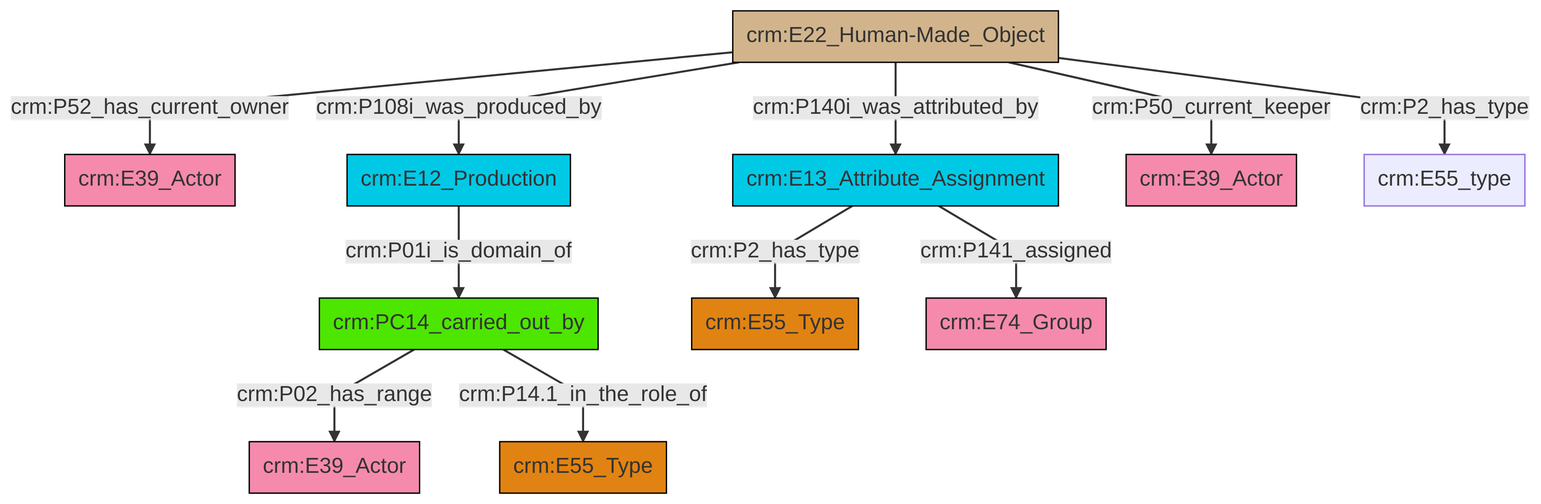
swiss-art-research-net/docs.swissartresearch keeps this Mermaid diagram as et/artworkCSV/ttl/mmd/png/Artwork_Actor_Relations.png. Above is the earlier version. Its source is kept beside it as et/artworkCSV/ttl/mmd/Artwork_Actor_Relations.ttl.mmd.
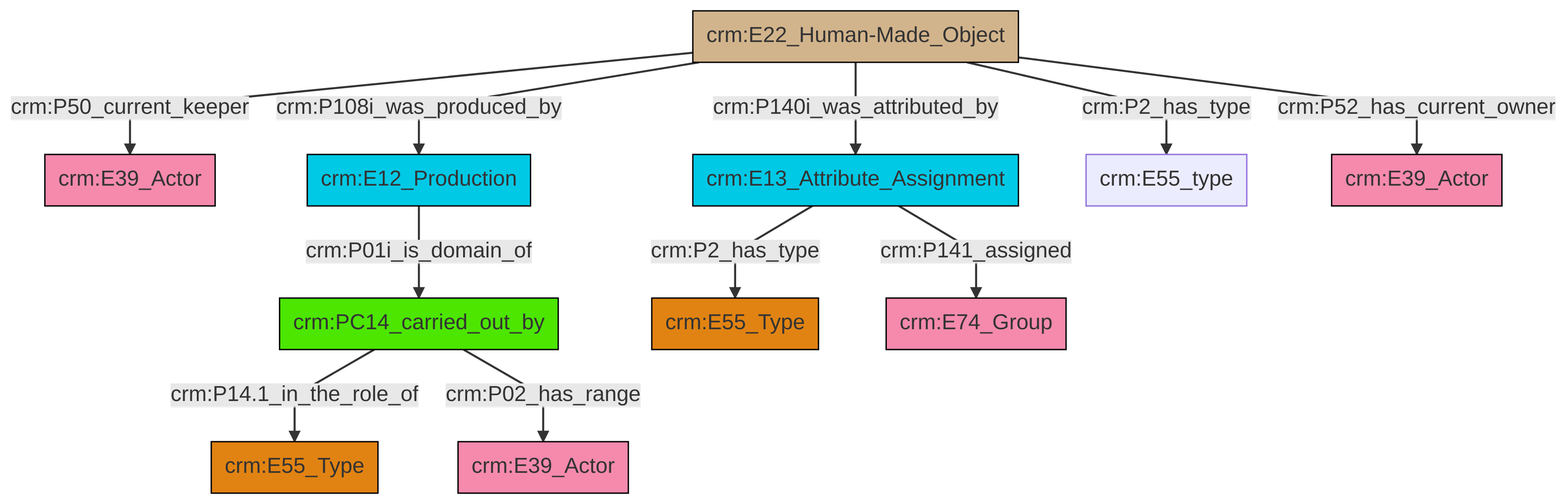
The same diagram one commit later.

Diff of the diagram source:
```diff
@@ -13,13 +13,13 @@
 classDef PC_Classes fill:#4ce600, stroke:#000000;
 classDef Multi fill:#cccccc,stroke:#000000;
 
-0["crm:E22_Human-Made_Object"]:::Physical_Thing -->|crm:P52_has_current_owner| 1["crm:E39_Actor"]:::Actor
-4["crm:E12_Production"]:::Temporal_Entity -->|crm:P01i_is_domain_of| 5["crm:PC14_carried_out_by"]:::PC_Classes
-6["crm:E13_Attribute_Assignment"]:::Temporal_Entity -->|crm:P2_has_type| 7["crm:E55_Type"]:::Type
-6["crm:E13_Attribute_Assignment"]:::Temporal_Entity -->|crm:P141_assigned| 8["crm:E74_Group"]:::Actor
-5["crm:PC14_carried_out_by"]:::PC_Classes -->|crm:P02_has_range| 10["crm:E39_Actor"]:::Actor
-0["crm:E22_Human-Made_Object"]:::Physical_Thing -->|crm:P108i_was_produced_by| 4["crm:E12_Production"]:::Temporal_Entity
-0["crm:E22_Human-Made_Object"]:::Physical_Thing -->|crm:P50_current_keeper| 14["crm:E39_Actor"]:::Actor
-0["crm:E22_Human-Made_Object"]:::Physical_Thing -->|crm:P140i_was_attributed_by| 6["crm:E13_Attribute_Assignment"]:::Temporal_Entity
-5["crm:PC14_carried_out_by"]:::PC_Classes -->|crm:P14.1_in_the_role_of| 2["crm:E55_Type"]:::Type
-0["crm:E22_Human-Made_Object"]:::Physical_Thing -->|crm:P2_has_type| 21["crm:E55_type"]:::Default
+4["crm:E22_Human-Made_Object"]:::Physical_Thing -->|crm:P50_current_keeper| 0["crm:E39_Actor"]:::Actor
+5["crm:E12_Production"]:::Temporal_Entity -->|crm:P01i_is_domain_of| 7["crm:PC14_carried_out_by"]:::PC_Classes
+2["crm:E13_Attribute_Assignment"]:::Temporal_Entity -->|crm:P141_assigned| 14["crm:E74_Group"]:::Actor
+7["crm:PC14_carried_out_by"]:::PC_Classes -->|crm:P14.1_in_the_role_of| 16["crm:E55_Type"]:::Type
+4["crm:E22_Human-Made_Object"]:::Physical_Thing -->|crm:P140i_was_attributed_by| 2["crm:E13_Attribute_Assignment"]:::Temporal_Entity
+7["crm:PC14_carried_out_by"]:::PC_Classes -->|crm:P02_has_range| 12["crm:E39_Actor"]:::Actor
+4["crm:E22_Human-Made_Object"]:::Physical_Thing -->|crm:P108i_was_produced_by| 5["crm:E12_Production"]:::Temporal_Entity
+2["crm:E13_Attribute_Assignment"]:::Temporal_Entity -->|crm:P2_has_type| 10["crm:E55_Type"]:::Type
+4["crm:E22_Human-Made_Object"]:::Physical_Thing -->|crm:P52_has_current_owner| 17["crm:E39_Actor"]:::Actor
+4["crm:E22_Human-Made_Object"]:::Physical_Thing -->|crm:P2_has_type| 8["crm:E55_type"]:::Default
```
